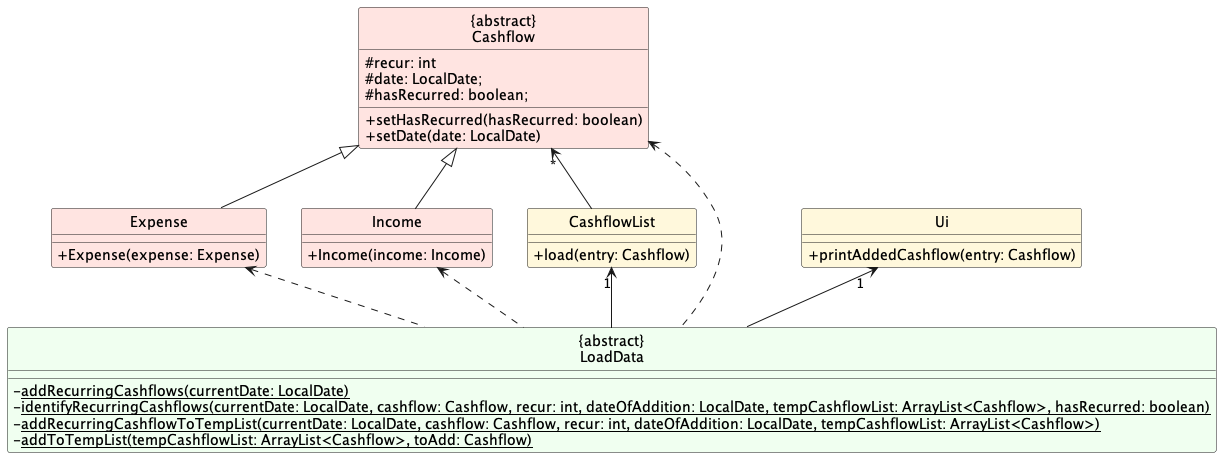
This is docs/images/cashflow/RecurClassDiagram.png from nus-cs2113-AY2324S1/tp, a PlantUML export, as it was before one commit. Source of this version:
```plantuml
@startuml
skinparam classFontColor automatic

Class "{abstract}\nLoadData" as LoadData #HoneyDew {
    -<u>addRecurringCashflows(currentDate: LocalDate)
    -<u>identifyRecurringCashflows(currentDate: LocalDate, cashflow: Cashflow, recur: int, dateOfAddition: LocalDate, tempCashflowList: ArrayList<Cashflow>, hasRecurred: boolean)
    -<u>addRecurringCashflowToTempList(currentDate: LocalDate, cashflow: Cashflow, recur: int, dateOfAddition: LocalDate, tempCashflowList: ArrayList<Cashflow>)
    -<u>addToTempList(tempCashflowList: ArrayList<Cashflow>, toAdd: Cashflow)

}

Class "{abstract}\nCashflow" as Cashflow #MistyRose {
    #recur: int
    #date: LocalDate;
    #hasRecurred: boolean;
    +setHasRecurred(hasRecurred: boolean)
    +setDate(date: LocalDate)
}

Class Expense #MistyRose extends Cashflow{
    +Expense(expense: Expense)
}

Class Income #MistyRose extends Cashflow{
    +Income(income: Income)
}

Class Ui  #Cornsilk {
    +printAddedCashflow(entry: Cashflow)
}

Class CashflowList #Cornsilk {
    +load(entry: Cashflow)
}

LoadData -up-> "1" CashflowList
LoadData -up-> "1" Ui
LoadData .up.> Income
LoadData .up.> Expense
LoadData .up.> Cashflow
CashflowList -up-> "*" Cashflow

hide Circle
skinparam classAttributeIconSize 0
@enduml
```
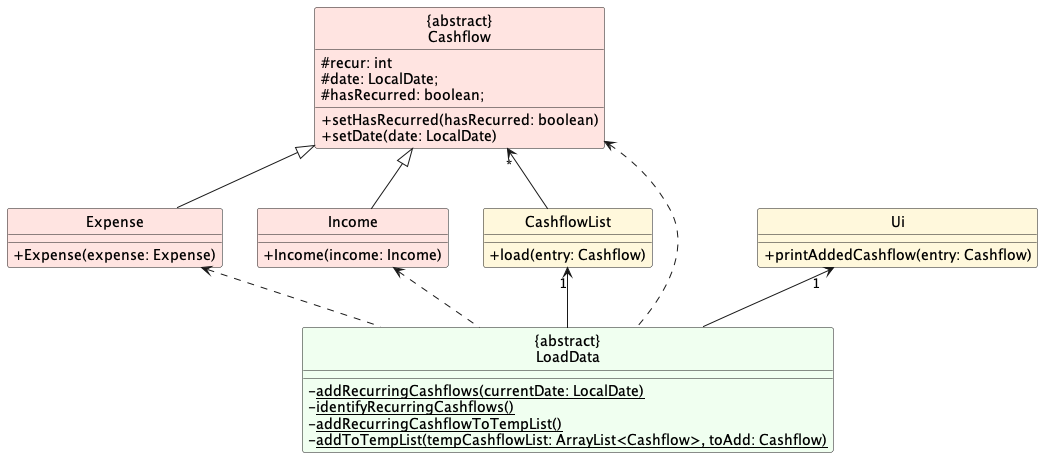
After the commit.

Commit message:
Remove long method parameters in recur sequence and class diagrams

Diff of the diagram source:
```diff
@@ -3,8 +3,8 @@
 
 Class "{abstract}\nLoadData" as LoadData #HoneyDew {
     -<u>addRecurringCashflows(currentDate: LocalDate)
-    -<u>identifyRecurringCashflows(currentDate: LocalDate, cashflow: Cashflow, recur: int, dateOfAddition: LocalDate, tempCashflowList: ArrayList<Cashflow>, hasRecurred: boolean)
-    -<u>addRecurringCashflowToTempList(currentDate: LocalDate, cashflow: Cashflow, recur: int, dateOfAddition: LocalDate, tempCashflowList: ArrayList<Cashflow>)
+    -<u>identifyRecurringCashflows()
+    -<u>addRecurringCashflowToTempList()
     -<u>addToTempList(tempCashflowList: ArrayList<Cashflow>, toAdd: Cashflow)
 
 }
```
